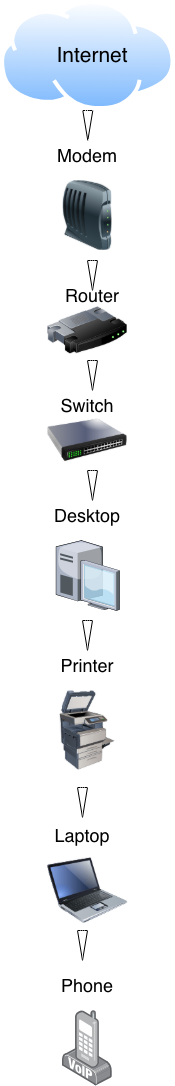
The draw.io diagram 01-Home-Network-Diagram/screenshots/Home-Network-Diagram.drawio.png in JosueNieves/Cybersecurity-Portfolio, before a commit. Source tidied: cells renumbered, new cells last; positions are measured from the earlier drawing's top-left corner, leaving out a move shared by most shapes. Its diagram source:
```xml
<mxGraphModel>
  <root>
    <mxCell id="0" />
    <mxCell id="1" parent="0" />
    <mxCell id="2" style="image;perimeter=ellipsePerimeter;html=1;align=center;shadow=0;dashed=0;spacingTop=3;image=img/lib/active_directory/internet_cloud.svg;" parent="1" vertex="1">
      <mxGeometry width="174.6" height="110" as="geometry" />
    </mxCell>
    <mxCell id="3" style="image;html=1;image=img/lib/clip_art/networking/Switch_128x128.png;" parent="1" vertex="1">
      <mxGeometry x="46.9" y="400" width="80" height="80" as="geometry" />
    </mxCell>
    <mxCell id="4" style="image;html=1;image=img/lib/clip_art/networking/Router_128x128.png;" parent="1" vertex="1">
      <mxGeometry x="47" y="290" width="80" height="80" as="geometry" />
    </mxCell>
    <mxCell id="5" style="image;html=1;image=img/lib/clip_art/networking/Modem_128x128.png;" parent="1" vertex="1">
      <mxGeometry x="49.8" y="180" width="75.1" height="70" as="geometry" />
    </mxCell>
    <mxCell id="6" style="verticalLabelPosition=bottom;sketch=0;html=1;verticalAlign=top;strokeColor=none;align=center;shape=mxgraph.citrix.desktop;" parent="1" vertex="1">
      <mxGeometry x="55.5" y="540" width="63.6" height="70" as="geometry" />
    </mxCell>
    <mxCell id="7" style="image;html=1;image=img/lib/clip_art/computers/Printer_Commercial_128x128.png;" parent="1" vertex="1">
      <mxGeometry x="46.9" y="690" width="80" height="80" as="geometry" />
    </mxCell>
    <mxCell id="8" style="image;html=1;image=img/lib/clip_art/computers/Laptop_128x128.png;" parent="1" vertex="1">
      <mxGeometry x="47.3" y="850" width="80" height="80" as="geometry" />
    </mxCell>
    <mxCell id="9" style="image;html=1;align=center;shadow=0;dashed=0;image=img/lib/allied_telesis/computer_and_terminals/VOIP_IP_phone.svg;" parent="1" vertex="1">
      <mxGeometry x="62" y="1010" width="49.7" height="75.6" as="geometry" />
    </mxCell>
    <mxCell id="10" style="html=1;shadow=0;dashed=0;align=center;verticalAlign=middle;shape=mxgraph.arrows2.arrow;dy=0.6;dx=40;direction=south;notch=0;" parent="1" vertex="1">
      <mxGeometry x="82.3" y="110" width="10" height="30" as="geometry" />
    </mxCell>
    <mxCell id="11" style="html=1;shadow=0;dashed=0;align=center;verticalAlign=middle;shape=mxgraph.arrows2.arrow;dy=0.6;dx=40;direction=south;notch=0;" parent="1" vertex="1">
      <mxGeometry x="87" y="260" width="10" height="30" as="geometry" />
    </mxCell>
    <mxCell id="12" style="html=1;shadow=0;dashed=0;align=center;verticalAlign=middle;shape=mxgraph.arrows2.arrow;dy=0.6;dx=40;direction=south;notch=0;" parent="1" vertex="1">
      <mxGeometry x="87" y="360" width="10" height="30" as="geometry" />
    </mxCell>
    <mxCell id="13" style="html=1;shadow=0;dashed=0;align=center;verticalAlign=middle;shape=mxgraph.arrows2.arrow;dy=0.6;dx=40;direction=south;notch=0;" parent="1" vertex="1">
      <mxGeometry x="87" y="470" width="10" height="30" as="geometry" />
    </mxCell>
    <mxCell id="14" style="html=1;shadow=0;dashed=0;align=center;verticalAlign=middle;shape=mxgraph.arrows2.arrow;dy=0.6;dx=40;direction=south;notch=0;" parent="1" vertex="1">
      <mxGeometry x="82" y="620" width="10" height="30" as="geometry" />
    </mxCell>
    <mxCell id="15" style="html=1;shadow=0;dashed=0;align=center;verticalAlign=middle;shape=mxgraph.arrows2.arrow;dy=0.6;dx=40;direction=south;notch=0;" parent="1" vertex="1">
      <mxGeometry x="77" y="787" width="10" height="30" as="geometry" />
    </mxCell>
    <mxCell id="16" style="html=1;shadow=0;dashed=0;align=center;verticalAlign=middle;shape=mxgraph.arrows2.arrow;dy=0.6;dx=40;direction=south;notch=0;" parent="1" vertex="1">
      <mxGeometry x="77" y="930" width="10" height="30" as="geometry" />
    </mxCell>
    <mxCell id="17" value="Internet" style="text;html=1;whiteSpace=wrap;strokeColor=none;fillColor=none;align=center;verticalAlign=middle;rounded=0;fontSize=21;" parent="1" vertex="1">
      <mxGeometry x="32" y="35" width="120" height="40" as="geometry" />
    </mxCell>
    <mxCell id="18" value="&lt;font style=&quot;font-size: 18px;&quot;&gt;Switch&lt;/font&gt;" style="text;html=1;whiteSpace=wrap;strokeColor=none;fillColor=none;align=center;verticalAlign=middle;rounded=0;" parent="1" vertex="1">
      <mxGeometry x="57" y="390" width="60" height="30" as="geometry" />
    </mxCell>
    <mxCell id="19" value="&lt;font style=&quot;font-size: 18px;&quot;&gt;Router&lt;/font&gt;" style="text;html=1;whiteSpace=wrap;strokeColor=none;fillColor=none;align=center;verticalAlign=middle;rounded=0;" parent="1" vertex="1">
      <mxGeometry x="62" y="280" width="60" height="30" as="geometry" />
    </mxCell>
    <mxCell id="20" value="&lt;font style=&quot;font-size: 18px;&quot;&gt;Modem&lt;/font&gt;" style="text;html=1;whiteSpace=wrap;strokeColor=none;fillColor=none;align=center;verticalAlign=middle;rounded=0;" parent="1" vertex="1">
      <mxGeometry x="57.3" y="140" width="60" height="30" as="geometry" />
    </mxCell>
    <mxCell id="21" value="&lt;font style=&quot;font-size: 18px;&quot;&gt;Desktop&lt;/font&gt;" style="text;html=1;whiteSpace=wrap;strokeColor=none;fillColor=none;align=center;verticalAlign=middle;rounded=0;" parent="1" vertex="1">
      <mxGeometry x="57.3" y="500" width="60" height="30" as="geometry" />
    </mxCell>
    <mxCell id="22" value="&lt;font style=&quot;font-size: 18px;&quot;&gt;Printer&lt;/font&gt;" style="text;html=1;whiteSpace=wrap;strokeColor=none;fillColor=none;align=center;verticalAlign=middle;rounded=0;" parent="1" vertex="1">
      <mxGeometry x="56.9" y="650" width="60" height="30" as="geometry" />
    </mxCell>
    <mxCell id="23" value="Laptop" style="text;html=1;whiteSpace=wrap;strokeColor=none;fillColor=none;align=center;verticalAlign=middle;rounded=0;fontSize=18;" parent="1" vertex="1">
      <mxGeometry x="52" y="820" width="60" height="30" as="geometry" />
    </mxCell>
    <mxCell id="24" value="Phone" style="text;html=1;whiteSpace=wrap;strokeColor=none;fillColor=none;align=center;verticalAlign=middle;rounded=0;fontSize=18;" parent="1" vertex="1">
      <mxGeometry x="57" y="970" width="60" height="30" as="geometry" />
    </mxCell>
  </root>
</mxGraphModel>
```
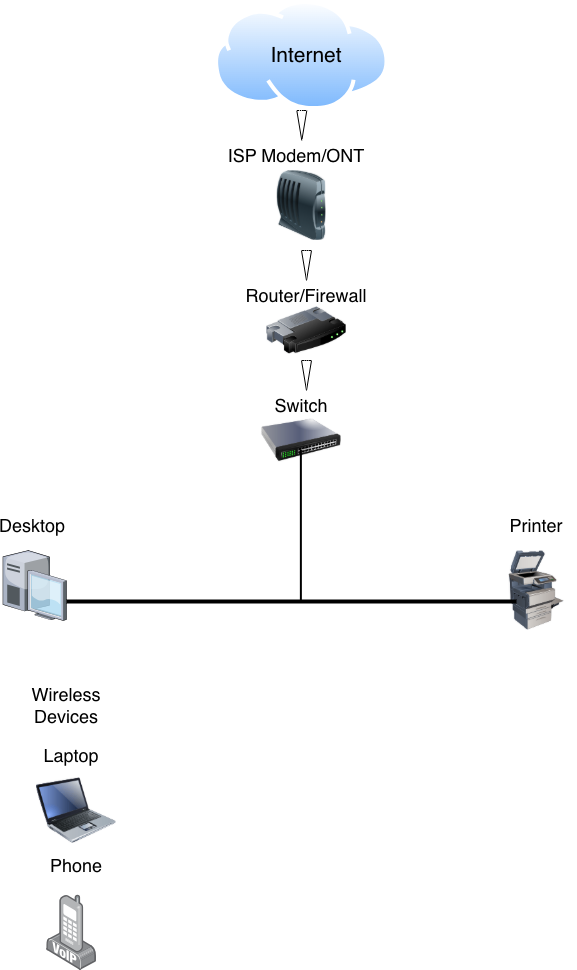
Above is the later version.

Commit message:
Network diagram and screenshots

Created the network diagram in draw io and added export png into screenshots

Diff of the diagram source:
```diff
@@ -8,68 +8,65 @@
     <mxCell id="3" style="image;html=1;image=img/lib/clip_art/networking/Switch_128x128.png;" parent="1" vertex="1">
       <mxGeometry x="46.9" y="400" width="80" height="80" as="geometry" />
     </mxCell>
-    <mxCell id="4" style="image;html=1;image=img/lib/clip_art/networking/Router_128x128.png;" parent="1" vertex="1">
-      <mxGeometry x="47" y="290" width="80" height="80" as="geometry" />
-    </mxCell>
     <mxCell id="5" style="image;html=1;image=img/lib/clip_art/networking/Modem_128x128.png;" parent="1" vertex="1">
-      <mxGeometry x="49.8" y="180" width="75.1" height="70" as="geometry" />
+      <mxGeometry x="49.8" y="170" width="75.1" height="70" as="geometry" />
     </mxCell>
     <mxCell id="6" style="verticalLabelPosition=bottom;sketch=0;html=1;verticalAlign=top;strokeColor=none;align=center;shape=mxgraph.citrix.desktop;" parent="1" vertex="1">
-      <mxGeometry x="55.5" y="540" width="63.6" height="70" as="geometry" />
+      <mxGeometry x="-211.6" y="550" width="63.6" height="70" as="geometry" />
     </mxCell>
     <mxCell id="7" style="image;html=1;image=img/lib/clip_art/computers/Printer_Commercial_128x128.png;" parent="1" vertex="1">
-      <mxGeometry x="46.9" y="690" width="80" height="80" as="geometry" />
+      <mxGeometry x="282" y="550" width="80" height="80" as="geometry" />
     </mxCell>
     <mxCell id="8" style="image;html=1;image=img/lib/clip_art/computers/Laptop_128x128.png;" parent="1" vertex="1">
-      <mxGeometry x="47.3" y="850" width="80" height="80" as="geometry" />
+      <mxGeometry x="-178" y="770" width="80" height="80" as="geometry" />
     </mxCell>
     <mxCell id="9" style="image;html=1;align=center;shadow=0;dashed=0;image=img/lib/allied_telesis/computer_and_terminals/VOIP_IP_phone.svg;" parent="1" vertex="1">
-      <mxGeometry x="62" y="1010" width="49.7" height="75.6" as="geometry" />
+      <mxGeometry x="-167.7" y="894.4" width="49.7" height="75.6" as="geometry" />
     </mxCell>
     <mxCell id="10" style="html=1;shadow=0;dashed=0;align=center;verticalAlign=middle;shape=mxgraph.arrows2.arrow;dy=0.6;dx=40;direction=south;notch=0;" parent="1" vertex="1">
       <mxGeometry x="82.3" y="110" width="10" height="30" as="geometry" />
     </mxCell>
     <mxCell id="11" style="html=1;shadow=0;dashed=0;align=center;verticalAlign=middle;shape=mxgraph.arrows2.arrow;dy=0.6;dx=40;direction=south;notch=0;" parent="1" vertex="1">
-      <mxGeometry x="87" y="260" width="10" height="30" as="geometry" />
+      <mxGeometry x="87" y="250" width="10" height="30" as="geometry" />
     </mxCell>
     <mxCell id="12" style="html=1;shadow=0;dashed=0;align=center;verticalAlign=middle;shape=mxgraph.arrows2.arrow;dy=0.6;dx=40;direction=south;notch=0;" parent="1" vertex="1">
       <mxGeometry x="87" y="360" width="10" height="30" as="geometry" />
     </mxCell>
-    <mxCell id="13" style="html=1;shadow=0;dashed=0;align=center;verticalAlign=middle;shape=mxgraph.arrows2.arrow;dy=0.6;dx=40;direction=south;notch=0;" parent="1" vertex="1">
-      <mxGeometry x="87" y="470" width="10" height="30" as="geometry" />
-    </mxCell>
-    <mxCell id="14" style="html=1;shadow=0;dashed=0;align=center;verticalAlign=middle;shape=mxgraph.arrows2.arrow;dy=0.6;dx=40;direction=south;notch=0;" parent="1" vertex="1">
-      <mxGeometry x="82" y="620" width="10" height="30" as="geometry" />
-    </mxCell>
-    <mxCell id="15" style="html=1;shadow=0;dashed=0;align=center;verticalAlign=middle;shape=mxgraph.arrows2.arrow;dy=0.6;dx=40;direction=south;notch=0;" parent="1" vertex="1">
-      <mxGeometry x="77" y="787" width="10" height="30" as="geometry" />
-    </mxCell>
-    <mxCell id="16" style="html=1;shadow=0;dashed=0;align=center;verticalAlign=middle;shape=mxgraph.arrows2.arrow;dy=0.6;dx=40;direction=south;notch=0;" parent="1" vertex="1">
-      <mxGeometry x="77" y="930" width="10" height="30" as="geometry" />
-    </mxCell>
     <mxCell id="17" value="Internet" style="text;html=1;whiteSpace=wrap;strokeColor=none;fillColor=none;align=center;verticalAlign=middle;rounded=0;fontSize=21;" parent="1" vertex="1">
       <mxGeometry x="32" y="35" width="120" height="40" as="geometry" />
     </mxCell>
     <mxCell id="18" value="&lt;font style=&quot;font-size: 18px;&quot;&gt;Switch&lt;/font&gt;" style="text;html=1;whiteSpace=wrap;strokeColor=none;fillColor=none;align=center;verticalAlign=middle;rounded=0;" parent="1" vertex="1">
       <mxGeometry x="57" y="390" width="60" height="30" as="geometry" />
     </mxCell>
-    <mxCell id="19" value="&lt;font style=&quot;font-size: 18px;&quot;&gt;Router&lt;/font&gt;" style="text;html=1;whiteSpace=wrap;strokeColor=none;fillColor=none;align=center;verticalAlign=middle;rounded=0;" parent="1" vertex="1">
+    <mxCell id="19" value="&lt;font style=&quot;font-size: 18px;&quot;&gt;Router/Firewall&lt;/font&gt;" style="text;html=1;whiteSpace=wrap;strokeColor=none;fillColor=none;align=center;verticalAlign=middle;rounded=0;" parent="1" vertex="1">
       <mxGeometry x="62" y="280" width="60" height="30" as="geometry" />
     </mxCell>
-    <mxCell id="20" value="&lt;font style=&quot;font-size: 18px;&quot;&gt;Modem&lt;/font&gt;" style="text;html=1;whiteSpace=wrap;strokeColor=none;fillColor=none;align=center;verticalAlign=middle;rounded=0;" parent="1" vertex="1">
-      <mxGeometry x="57.3" y="140" width="60" height="30" as="geometry" />
+    <mxCell id="20" value="&lt;font style=&quot;font-size: 18px;&quot;&gt;ISP Modem/ONT&lt;/font&gt;" style="text;html=1;whiteSpace=wrap;strokeColor=none;fillColor=none;align=center;verticalAlign=middle;rounded=0;" parent="1" vertex="1">
+      <mxGeometry x="-8" y="140" width="180" height="30" as="geometry" />
     </mxCell>
     <mxCell id="21" value="&lt;font style=&quot;font-size: 18px;&quot;&gt;Desktop&lt;/font&gt;" style="text;html=1;whiteSpace=wrap;strokeColor=none;fillColor=none;align=center;verticalAlign=middle;rounded=0;" parent="1" vertex="1">
-      <mxGeometry x="57.3" y="500" width="60" height="30" as="geometry" />
+      <mxGeometry x="-211.6" y="510" width="60" height="30" as="geometry" />
     </mxCell>
     <mxCell id="22" value="&lt;font style=&quot;font-size: 18px;&quot;&gt;Printer&lt;/font&gt;" style="text;html=1;whiteSpace=wrap;strokeColor=none;fillColor=none;align=center;verticalAlign=middle;rounded=0;" parent="1" vertex="1">
-      <mxGeometry x="56.9" y="650" width="60" height="30" as="geometry" />
+      <mxGeometry x="292" y="510" width="60" height="30" as="geometry" />
     </mxCell>
     <mxCell id="23" value="Laptop" style="text;html=1;whiteSpace=wrap;strokeColor=none;fillColor=none;align=center;verticalAlign=middle;rounded=0;fontSize=18;" parent="1" vertex="1">
-      <mxGeometry x="52" y="820" width="60" height="30" as="geometry" />
+      <mxGeometry x="-172.9" y="740" width="60" height="30" as="geometry" />
     </mxCell>
     <mxCell id="24" value="Phone" style="text;html=1;whiteSpace=wrap;strokeColor=none;fillColor=none;align=center;verticalAlign=middle;rounded=0;fontSize=18;" parent="1" vertex="1">
-      <mxGeometry x="57" y="970" width="60" height="30" as="geometry" />
+      <mxGeometry x="-168" y="850" width="60" height="30" as="geometry" />
     </mxCell>
+    <mxCell id="25" style="line;strokeWidth=4;html=1;perimeter=backbonePerimeter;" parent="1" vertex="1">
+      <mxGeometry x="-148" y="596" width="450" height="10" as="geometry" />
+    </mxCell>
+    <mxCell id="26" style="line;strokeWidth=2;direction=south;html=1;" parent="1" vertex="1">
+      <mxGeometry x="81.9" y="450" width="10" height="150" as="geometry" />
+    </mxCell>
+    <mxCell id="27" value="&lt;font style=&quot;font-size: 18px;&quot;&gt;Wireless Devices&lt;/font&gt;" style="text;html=1;whiteSpace=wrap;strokeColor=none;fillColor=none;align=center;verticalAlign=middle;rounded=0;" parent="1" vertex="1">
+      <mxGeometry x="-178" y="690" width="60" height="30" as="geometry" />
+    </mxCell>
+    <mxCell id="28" style="image;html=1;image=img/lib/clip_art/networking/Router_128x128.png;" parent="1" vertex="1">
+      <mxGeometry x="52" y="290" width="80" height="80" as="geometry" />
+    </mxCell>
   </root>
 </mxGraphModel>
```
